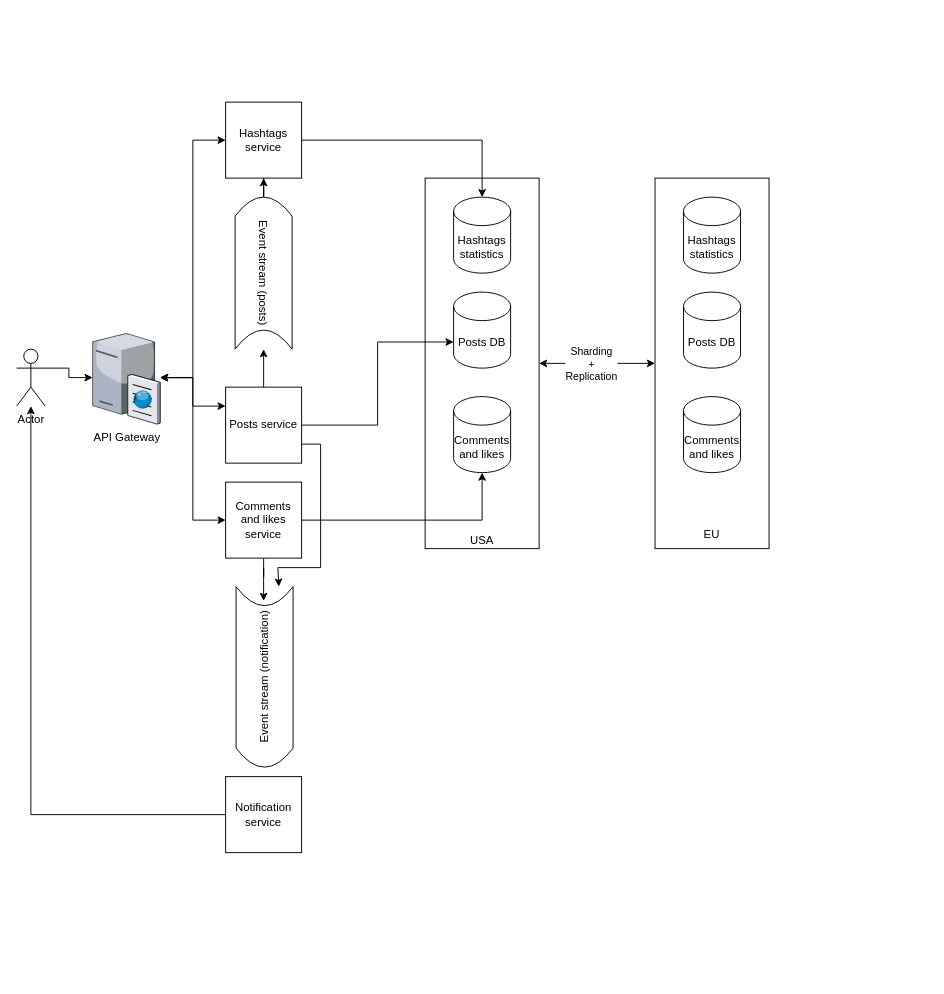
This is Insta.drawio from Javasick/HSA-module6, a draw.io file, before an edit. Source tidied: cells renumbered, new cells numbered last; positions are measured from the earlier drawing's top-left corner, leaving out a move shared by most shapes. Both pictures are drawn from the tidied source at 95%, with x=0, y=0 at pixel (16, 102).
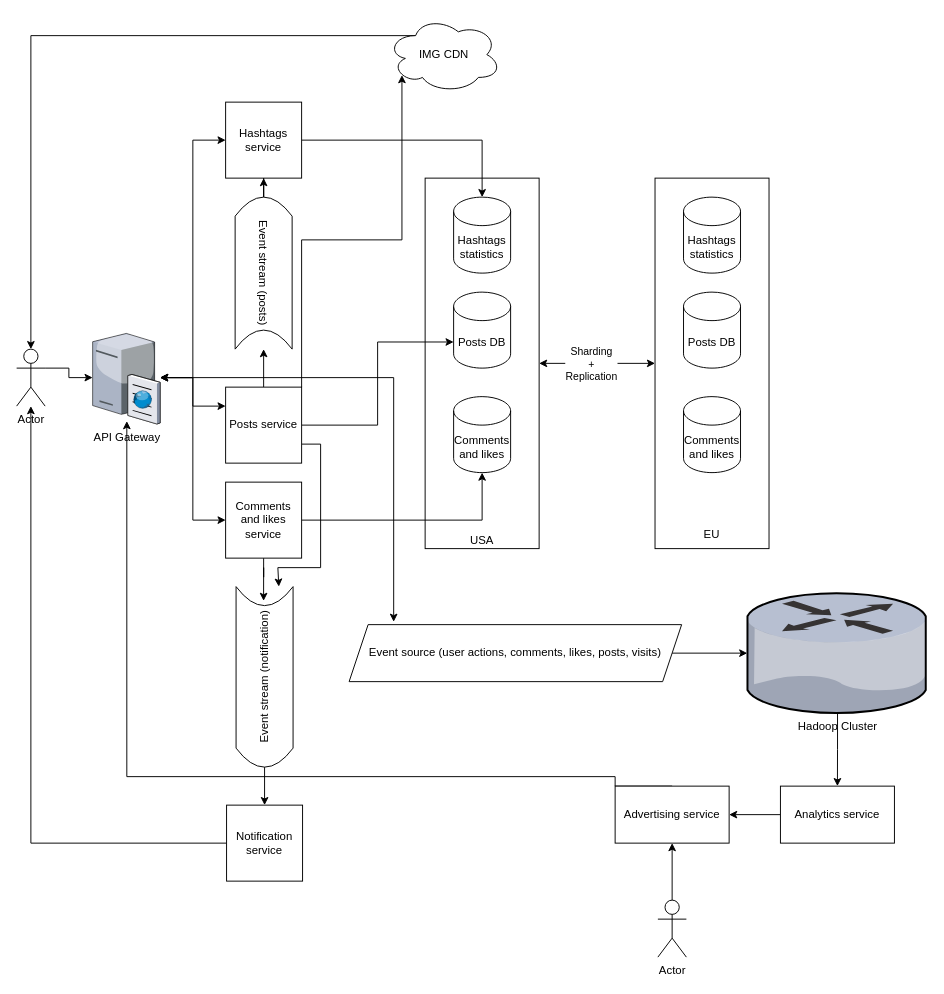
After the change.

The change refers to these unchanged cells:
```xml
<mxCell id="4" value="Actor" style="shape=umlActor;verticalLabelPosition=bottom;verticalAlign=top;html=1;outlineConnect=0;" parent="1" vertex="1">
  <mxGeometry y="260" width="30" height="60" as="geometry" />
</mxCell>
<mxCell id="7" value="API Gateway" style="verticalLabelPosition=bottom;html=1;verticalAlign=top;strokeColor=none;align=center;outlineConnect=0;shape=mxgraph.citrix.cache_server;" parent="1" vertex="1">
  <mxGeometry x="80" y="241.2" width="71" height="97.5" as="geometry" />
</mxCell>
<mxCell id="13" value="Posts service" style="whiteSpace=wrap;html=1;" parent="1" vertex="1">
  <mxGeometry x="220" y="300" width="80" height="80" as="geometry" />
</mxCell>
<mxCell id="25" value="Event stream (notification)" style="shape=dataStorage;whiteSpace=wrap;html=1;fixedSize=1;rotation=-90;" parent="1" vertex="1">
  <mxGeometry x="166" y="575" width="190" height="60" as="geometry" />
</mxCell>
```

The edit, as a diff of the source:
```diff
@@
+    <mxCell id="32" style="edgeStyle=orthogonalEdgeStyle;rounded=0;jettySize=auto;html=1;entryX=0.134;entryY=-0.05;entryDx=0;entryDy=0;entryPerimeter=0;startArrow=classic;startFill=1;" parent="1" edge="1" source="7" target="36">
+      <mxGeometry relative="1" as="geometry" />
+    </mxCell>
@@
+    <mxCell id="33" style="edgeStyle=orthogonalEdgeStyle;rounded=0;jettySize=auto;html=1;exitX=1;exitY=0;exitDx=0;exitDy=0;entryX=0.13;entryY=0.77;entryDx=0;entryDy=0;entryPerimeter=0;startArrow=none;startFill=0;" parent="1" edge="1" source="13" target="46">
+      <mxGeometry relative="1" as="geometry" />
+    </mxCell>
@@
     <mxCell id="20" value="&lt;div&gt;Notification &lt;br&gt;&lt;/div&gt;&lt;div&gt;service&lt;/div&gt;" style="whiteSpace=wrap;html=1;" parent="1" vertex="1">
-      <mxGeometry x="220" y="710" width="80" height="80" as="geometry" />
+      <mxGeometry x="221" y="740" width="80" height="80" as="geometry" />
     </mxCell>
@@
+    <mxCell id="34" style="edgeStyle=orthogonalEdgeStyle;rounded=0;jettySize=auto;html=1;exitX=0;exitY=0.5;exitDx=0;exitDy=0;entryX=0.5;entryY=0;entryDx=0;entryDy=0;startArrow=none;startFill=0;" parent="1" edge="1" source="25" target="20">
+      <mxGeometry relative="1" as="geometry" />
+    </mxCell>
@@
+    <mxCell id="35" style="edgeStyle=orthogonalEdgeStyle;rounded=0;jettySize=auto;html=1;exitX=1;exitY=0.5;exitDx=0;exitDy=0;startArrow=none;startFill=0;" parent="1" edge="1" source="36" target="38">
+      <mxGeometry relative="1" as="geometry" />
+    </mxCell>
+    <mxCell id="36" value="Event source (user actions, comments, likes, posts, visits)" style="shape=parallelogram;perimeter=parallelogramPerimeter;whiteSpace=wrap;html=1;fixedSize=1;" parent="1" vertex="1">
+      <mxGeometry x="350" y="550" width="350" height="60" as="geometry" />
+    </mxCell>
+    <mxCell id="37" style="edgeStyle=orthogonalEdgeStyle;rounded=0;jettySize=auto;html=1;entryX=0.5;entryY=0;entryDx=0;entryDy=0;startArrow=none;startFill=0;" parent="1" edge="1" source="38" target="40">
+      <mxGeometry relative="1" as="geometry" />
+    </mxCell>
+    <mxCell id="38" value="Hadoop Cluster" style="verticalLabelPosition=bottom;html=1;verticalAlign=top;strokeColor=none;align=center;outlineConnect=0;shape=mxgraph.citrix.router;" parent="1" vertex="1">
+      <mxGeometry x="769.1" y="517" width="189.9" height="126" as="geometry" />
+    </mxCell>
+    <mxCell id="39" style="edgeStyle=orthogonalEdgeStyle;rounded=0;jettySize=auto;html=1;exitX=0;exitY=0.5;exitDx=0;exitDy=0;entryX=1;entryY=0.5;entryDx=0;entryDy=0;startArrow=none;startFill=0;" parent="1" edge="1" source="40" target="42">
+      <mxGeometry relative="1" as="geometry" />
+    </mxCell>
+    <mxCell id="40" value="Analytics service" style="rounded=0;whiteSpace=wrap;html=1;" parent="1" vertex="1">
+      <mxGeometry x="804" y="720" width="120" height="60" as="geometry" />
+    </mxCell>
+    <mxCell id="41" style="edgeStyle=orthogonalEdgeStyle;rounded=0;jettySize=auto;html=1;exitX=0.5;exitY=0;exitDx=0;exitDy=0;startArrow=none;startFill=0;" parent="1" edge="1" source="42">
+      <mxGeometry relative="1" as="geometry">
+        <mxPoint x="116" y="335.8" as="targetPoint" />
+        <Array as="points">
+          <mxPoint x="630" y="720" />
+          <mxPoint x="630" y="710" />
+          <mxPoint x="116" y="710" />
+        </Array>
+      </mxGeometry>
+    </mxCell>
+    <mxCell id="42" value="Advertising service" style="rounded=0;whiteSpace=wrap;html=1;" parent="1" vertex="1">
+      <mxGeometry x="630" y="720" width="120" height="60" as="geometry" />
+    </mxCell>
+    <mxCell id="43" style="edgeStyle=orthogonalEdgeStyle;rounded=0;jettySize=auto;html=1;exitX=0.5;exitY=0;exitDx=0;exitDy=0;exitPerimeter=0;entryX=0.5;entryY=1;entryDx=0;entryDy=0;startArrow=none;startFill=0;" parent="1" edge="1" source="44" target="42">
+      <mxGeometry relative="1" as="geometry" />
+    </mxCell>
+    <mxCell id="44" value="Actor" style="shape=umlActor;verticalLabelPosition=bottom;verticalAlign=top;html=1;outlineConnect=0;" parent="1" vertex="1">
+      <mxGeometry x="675" y="840" width="30" height="60" as="geometry" />
+    </mxCell>
+    <mxCell id="45" style="edgeStyle=orthogonalEdgeStyle;rounded=0;jettySize=auto;html=1;exitX=0.25;exitY=0.25;exitDx=0;exitDy=0;exitPerimeter=0;entryX=0.5;entryY=0;entryDx=0;entryDy=0;entryPerimeter=0;startArrow=none;startFill=0;" parent="1" edge="1" source="46" target="4">
+      <mxGeometry relative="1" as="geometry" />
+    </mxCell>
+    <mxCell id="46" value="IMG CDN" style="ellipse;shape=cloud;whiteSpace=wrap;html=1;" parent="1" vertex="1">
+      <mxGeometry x="390" y="-90" width="120" height="80" as="geometry" />
+    </mxCell>
```
